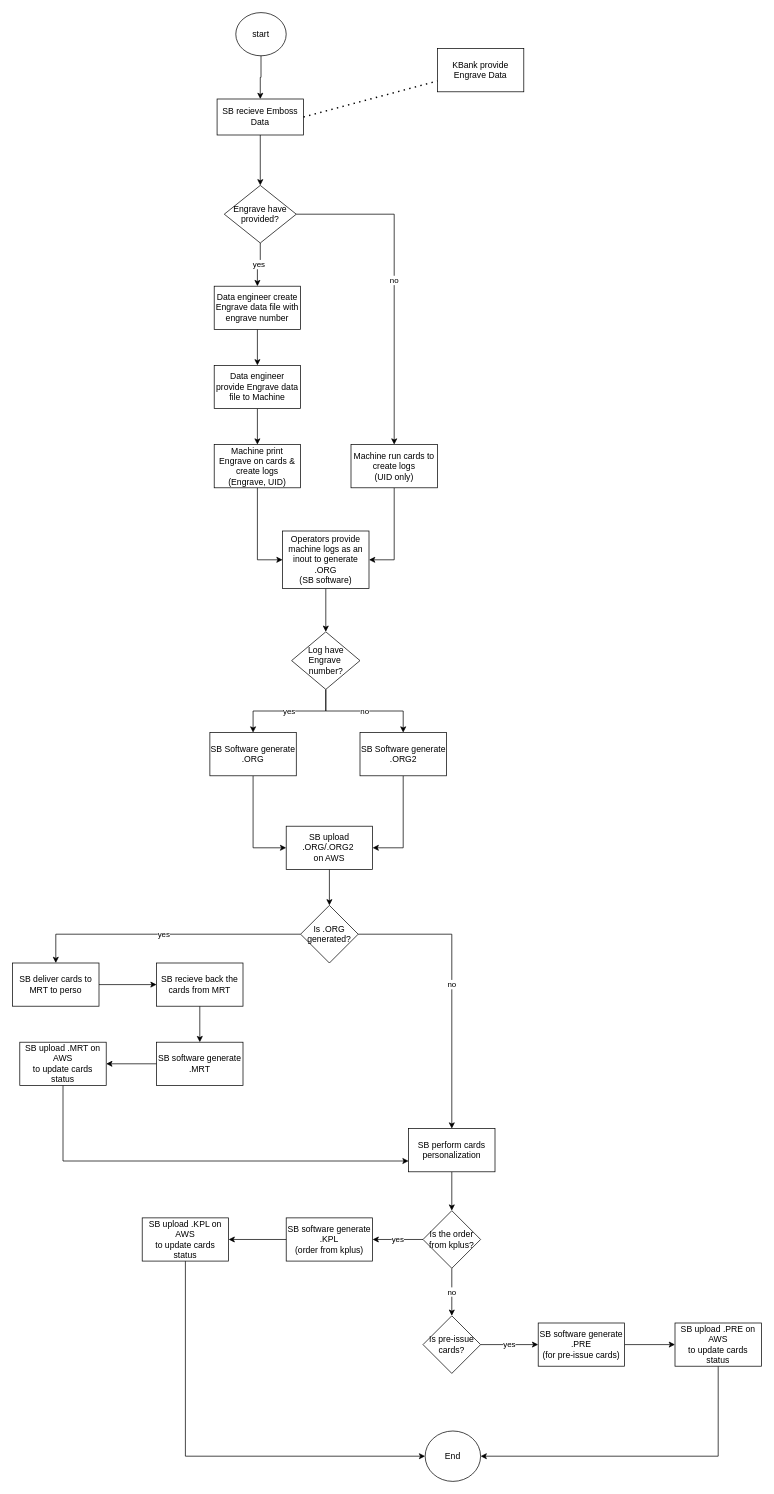
Above: kbtg.drawio in delphihero/MyDocument (draw.io), before the change. Source tidied: cells renumbered, new cells numbered last; positions are measured from the earlier drawing's top-left corner, leaving out a move shared by most shapes. Both pictures are drawn from the tidied source at 72%, with x=0, y=0 at pixel (12, 12).
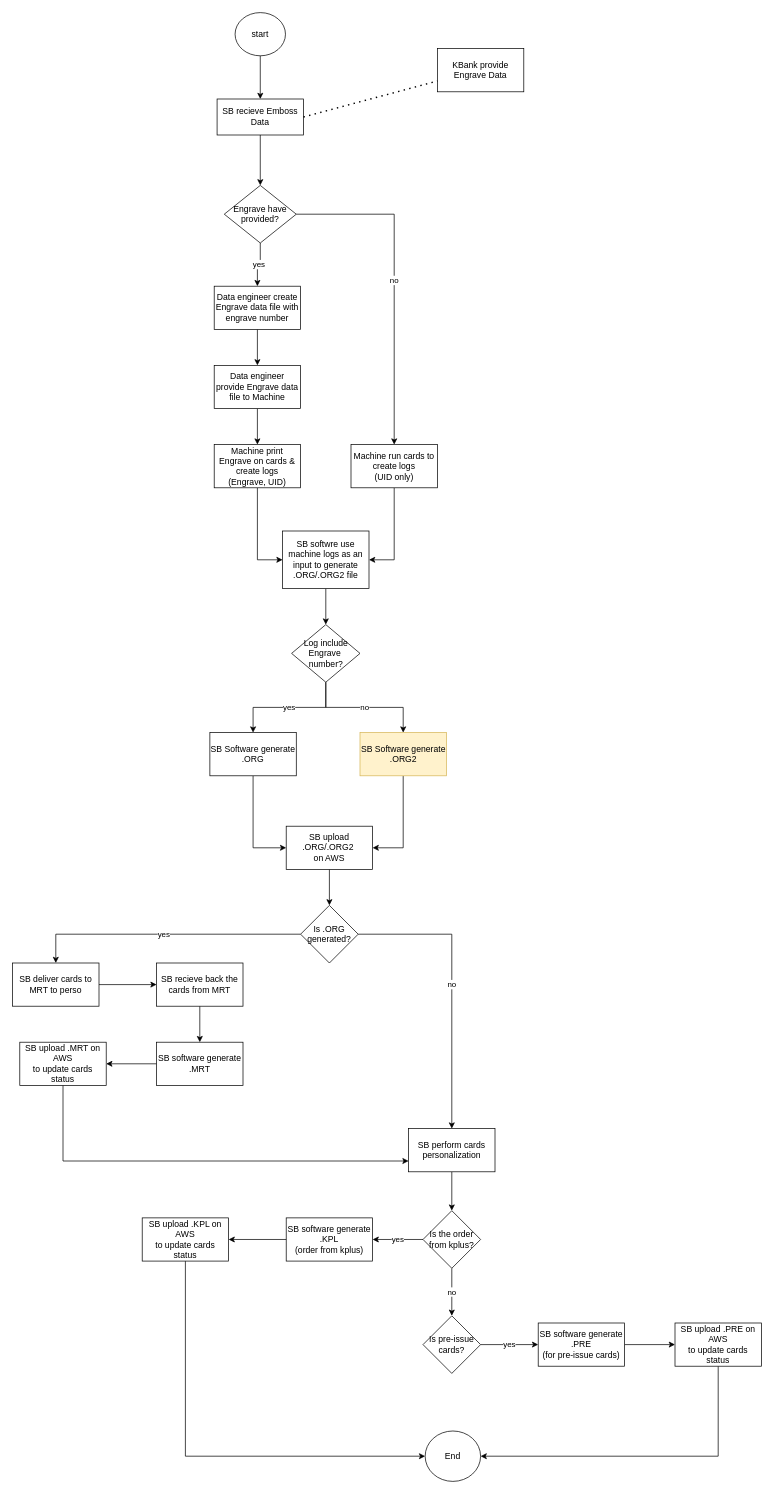
The same page after the edit.

The edit, as a diff of the source:
```diff
@@
     <mxCell id="4" value="start" style="ellipse;whiteSpace=wrap;html=1;" parent="1" vertex="1">
-      <mxGeometry x="310" width="70" height="60" as="geometry" />
+      <mxGeometry x="309" width="70" height="60" as="geometry" />
     </mxCell>
@@
-    <mxCell id="20" value="&lt;div&gt;Operators provide machine logs as an inout to generate .ORG&lt;/div&gt;&lt;div&gt;(SB software)&lt;br&gt;&lt;/div&gt;" style="rounded=0;whiteSpace=wrap;html=1;" parent="1" vertex="1">
+    <mxCell id="20" value="&lt;div&gt;SB softwre use machine logs as an input to generate .ORG/.ORG2 file&lt;br&gt;&lt;/div&gt;" style="rounded=0;whiteSpace=wrap;html=1;" parent="1" vertex="1">
       <mxGeometry x="375" y="720" width="120" height="80" as="geometry" />
     </mxCell>
@@
-    <mxCell id="25" value="&lt;div&gt;Log have Engrave&amp;nbsp;&lt;/div&gt;&lt;div&gt;number?&lt;/div&gt;" style="rhombus;whiteSpace=wrap;html=1;" parent="1" vertex="1">
-      <mxGeometry x="387.5" y="860" width="95" height="80" as="geometry" />
+    <mxCell id="25" value="&lt;div&gt;Log include Engrave&amp;nbsp;&lt;/div&gt;&lt;div&gt;number?&lt;/div&gt;" style="rhombus;whiteSpace=wrap;html=1;" parent="1" vertex="1">
+      <mxGeometry x="387.5" y="850" width="95" height="80" as="geometry" />
     </mxCell>
@@
-    <mxCell id="27" value="&lt;div&gt;SB Software generate .ORG2&lt;/div&gt;" style="rounded=0;whiteSpace=wrap;html=1;" parent="1" vertex="1">
+    <mxCell id="27" value="&lt;div&gt;SB Software generate .ORG2&lt;/div&gt;" style="rounded=0;whiteSpace=wrap;html=1;fillColor=#fff2cc;strokeColor=#d6b656;" parent="1" vertex="1">
       <mxGeometry x="482.5" y="1000" width="120" height="60" as="geometry" />
     </mxCell>
```
